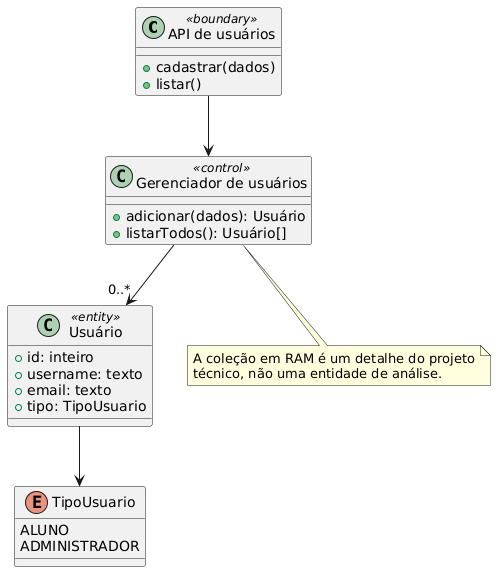
Miguelqfs/training-platform keeps this PlantUML diagram as docs/diagramas/diagrama-de-classes.png. Above is the earlier version.
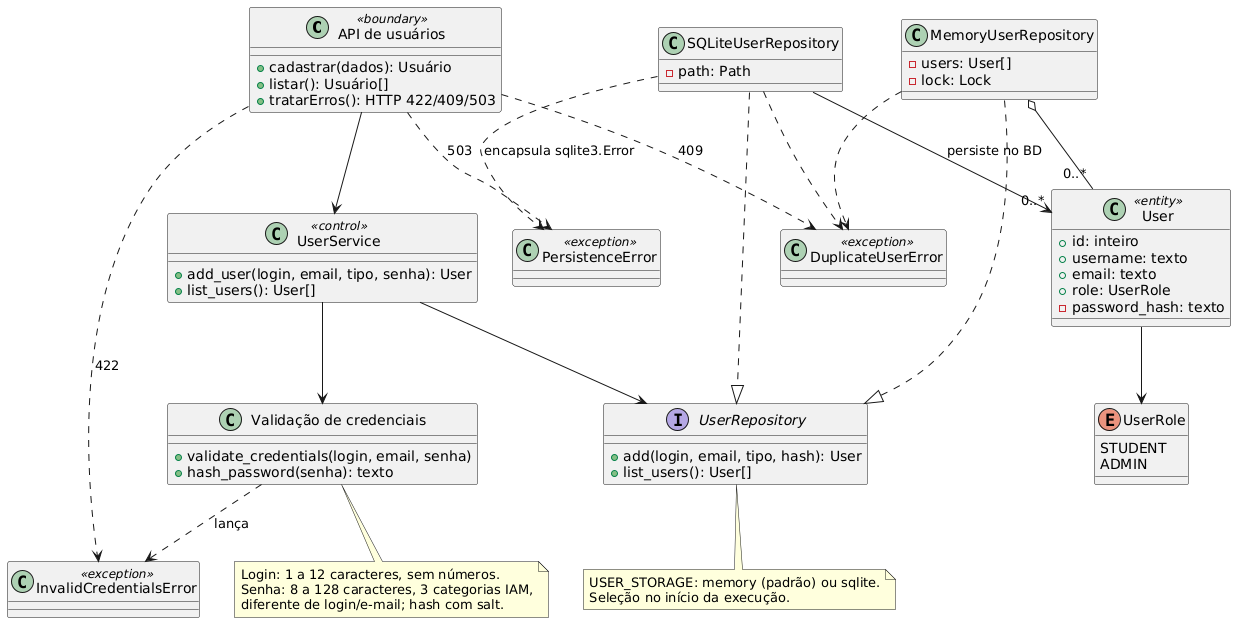
After the change.

What changed in the source:
```diff
@@ -1,32 +1,64 @@
 @startuml
 class "API de usuários" as API <<boundary>> {
-  +cadastrar(dados)
-  +listar()
+  +cadastrar(dados): Usuário
+  +listar(): Usuário[]
+  +tratarErros(): HTTP 422/409/503
 }
-
-class "Gerenciador de usuários" as Gerenciador <<control>> {
-  +adicionar(dados): Usuário
-  +listarTodos(): Usuário[]
+class UserService <<control>> {
+  +add_user(login, email, tipo, senha): User
+  +list_users(): User[]
 }
-
-class "Usuário" as Usuario <<entity>> {
+class "Validação de credenciais" as Credentials {
+  +validate_credentials(login, email, senha)
+  +hash_password(senha): texto
+}
+class User <<entity>> {
   +id: inteiro
   +username: texto
   +email: texto
-  +tipo: TipoUsuario
+  +role: UserRole
+  -password_hash: texto
 }
-
-enum TipoUsuario {
-  ALUNO
-  ADMINISTRADOR
+enum UserRole {
+  STUDENT
+  ADMIN
 }
-
-API --> Gerenciador
-Gerenciador --> "0..*" Usuario
-Usuario --> TipoUsuario
-
-note bottom of Gerenciador
-  A coleção em RAM é um detalhe do projeto
-  técnico, não uma entidade de análise.
+interface UserRepository {
+  +add(login, email, tipo, hash): User
+  +list_users(): User[]
+}
+class MemoryUserRepository {
+  -users: User[]
+  -lock: Lock
+}
+class SQLiteUserRepository {
+  -path: Path
+}
+class InvalidCredentialsError <<exception>>
+class DuplicateUserError <<exception>>
+class PersistenceError <<exception>>
+API --> UserService
+API ..> InvalidCredentialsError : 422
+API ..> DuplicateUserError : 409
+API ..> PersistenceError : 503
+UserService --> Credentials
+UserService --> UserRepository
+Credentials ..> InvalidCredentialsError : lança
+MemoryUserRepository ..|> UserRepository
+SQLiteUserRepository ..|> UserRepository
+MemoryUserRepository o-- "0..*" User
+SQLiteUserRepository --> "0..*" User : persiste no BD
+MemoryUserRepository ..> DuplicateUserError
+SQLiteUserRepository ..> DuplicateUserError
+SQLiteUserRepository ..> PersistenceError : encapsula sqlite3.Error
+User --> UserRole
+note bottom of Credentials
+  Login: 1 a 12 caracteres, sem números.
+  Senha: 8 a 128 caracteres, 3 categorias IAM,
+  diferente de login/e-mail; hash com salt.
+end note
+note bottom of UserRepository
+  USER_STORAGE: memory (padrão) ou sqlite.
+  Seleção no início da execução.
 end note
 @enduml
```
